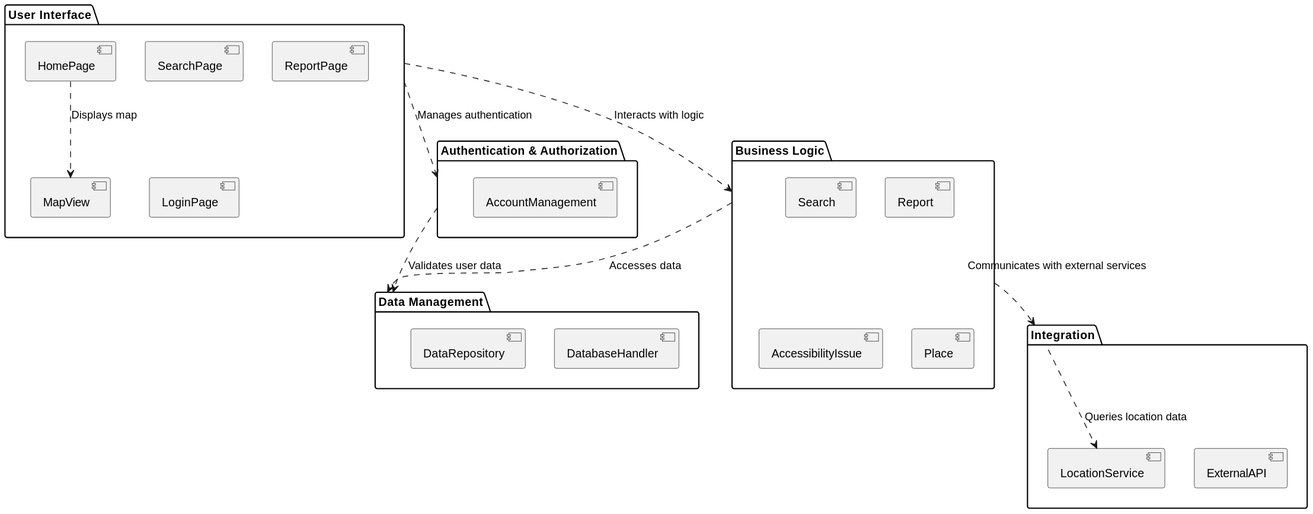
simaopsbarbosa/Inclui keeps this PlantUML diagram as docs/images/logicalArchitecture/logicalModel.svg. Above is the earlier version. Source of this version:
```plantuml
@startuml
package "User Interface" {
  [HomePage]
  [SearchPage]
  [ReportPage]
  [LoginPage]
  [MapView]
}

package "Business Logic" {
  [Search]
  [Report]
  [AccessibilityIssue]
  [Place]
}

package "Data Management" {
  [DatabaseHandler]
  [DataRepository]
}

package "Authentication & Authorization" {
  [AccountManagement]
}

package "Integration" {
  [ExternalAPI]
  [LocationService]
}


"User Interface" ..> "Business Logic" : "Interacts with logic"
"Business Logic" ..> "Data Management" : "Accesses data"
"User Interface" ..> "Authentication & Authorization" : "Manages authentication"
"Authentication & Authorization" ..> "Data Management" : "Validates user data"
"Business Logic" ..> "Integration" : "Communicates with external services"
"Integration" ..> "LocationService" : "Queries location data"

"HomePage" ..> "MapView" : "Displays map"
@enduml
```
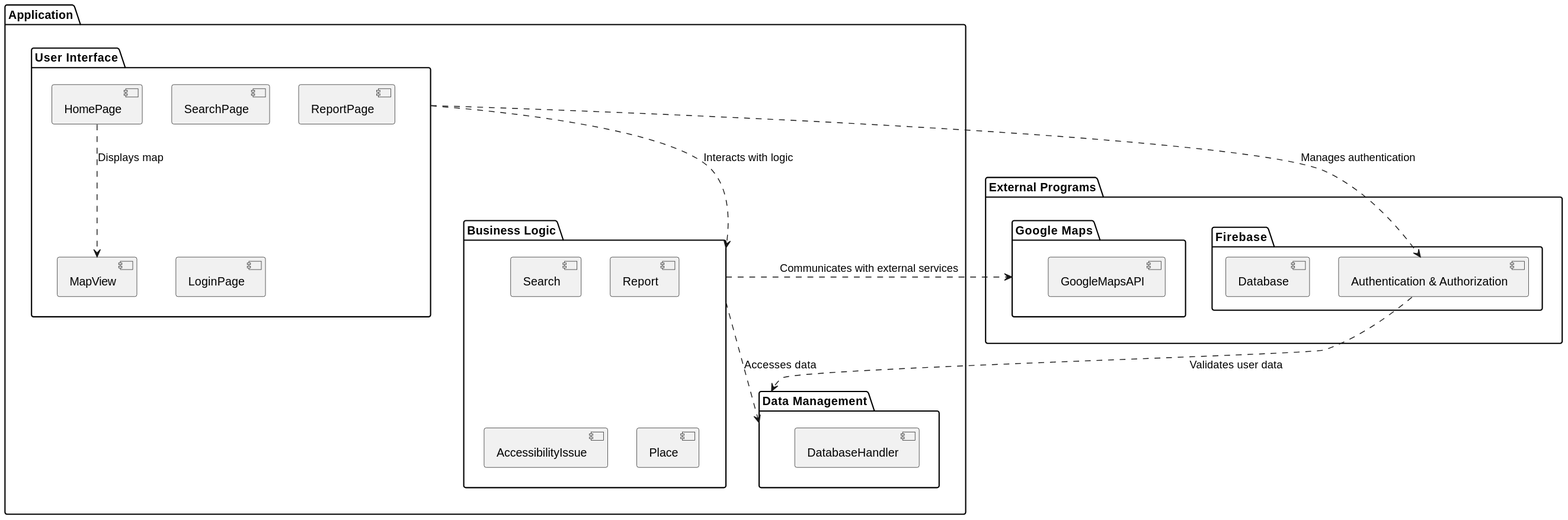
After the commit.

Commit message:
Fixed logical architecture

Diff of the diagram source:
```diff
@@ -1,40 +1,45 @@
 @startuml
-package "User Interface" {
-  [HomePage]
-  [SearchPage]
-  [ReportPage]
-  [LoginPage]
-  [MapView]
+package "Application" {
+  package "User Interface" {
+    [HomePage]
+    [SearchPage]
+    [ReportPage]
+    [LoginPage]
+    [MapView]
+  }
+
+  package "Business Logic" {
+    [Search]
+    [Report]
+    [AccessibilityIssue]
+    [Place]
+  }
+
+  package "Data Management" {
+    [DatabaseHandler]
+  }
 }
 
-package "Business Logic" {
-  [Search]
-  [Report]
-  [AccessibilityIssue]
-  [Place]
+package "External Programs" {
+  package "Firebase" {
+    [Authentication & Authorization]
+    [Database]
+  }
+
+  package "Google Maps" {
+    [GoogleMapsAPI]
+  }
 }
 
-package "Data Management" {
-  [DatabaseHandler]
-  [DataRepository]
-}
-
-package "Authentication & Authorization" {
-  [AccountManagement]
-}
-
-package "Integration" {
-  [ExternalAPI]
-  [LocationService]
-}
 
 
 "User Interface" ..> "Business Logic" : "Interacts with logic"
 "Business Logic" ..> "Data Management" : "Accesses data"
 "User Interface" ..> "Authentication & Authorization" : "Manages authentication"
 "Authentication & Authorization" ..> "Data Management" : "Validates user data"
-"Business Logic" ..> "Integration" : "Communicates with external services"
-"Integration" ..> "LocationService" : "Queries location data"
+"Business Logic" ..> "Google Maps" : "Communicates with external services"
+
+
 
 "HomePage" ..> "MapView" : "Displays map"
 @enduml
```
